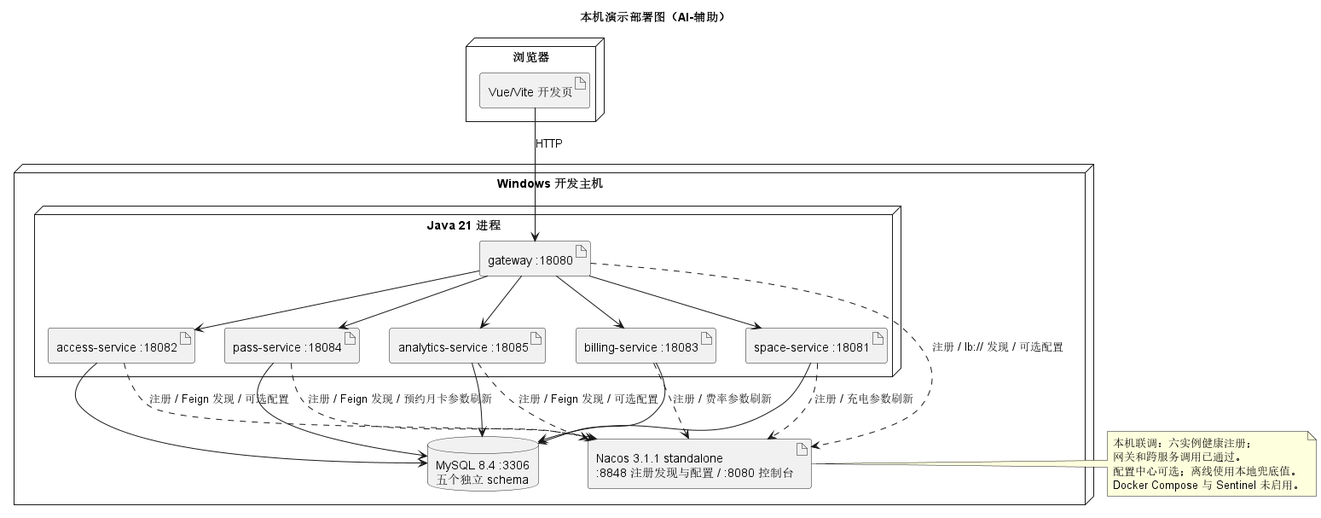
Gindama713/UMLWORK keeps this PlantUML diagram as models/rendered/13-deployment.png. Above is the earlier version. The source it was exported from:
```plantuml
@startuml
title 本机演示部署图（AI-辅助）
node "浏览器" {
  artifact "Vue/Vite 开发页" as ui
}
node "Windows 开发主机" {
  node "Java 21 进程" {
    artifact "gateway :18080" as gateway
    artifact "space-service :18081" as space
    artifact "access-service :18082" as access
    artifact "billing-service :18083" as billing
    artifact "pass-service :18084" as pass
    artifact "analytics-service :18085" as analytics
  }
  database "MySQL 8.4 :3306\n五个独立 schema" as mysql
  artifact "Nacos 3.1.1 standalone\n:8848 注册发现与配置 / :8080 控制台" as nacos
}
ui --> gateway : HTTP
gateway --> space
gateway --> access
gateway --> billing
gateway --> pass
gateway --> analytics
gateway ..> nacos : 注册 / lb:// 发现 / 可选配置
space ..> nacos : 注册 / 充电参数刷新
access ..> nacos : 注册 / Feign 发现 / 可选配置
billing ..> nacos : 注册 / 费率参数刷新
pass ..> nacos : 注册 / Feign 发现 / 预约月卡参数刷新
analytics ..> nacos : 注册 / Feign 发现 / 可选配置
space --> mysql
access --> mysql
billing --> mysql
pass --> mysql
analytics --> mysql
note right of nacos
本机联调：六实例健康注册；
网关和跨服务调用已通过。
配置中心可选；离线使用本地兜底值。
Docker Compose 与 Sentinel 未启用。
end note
@enduml
```
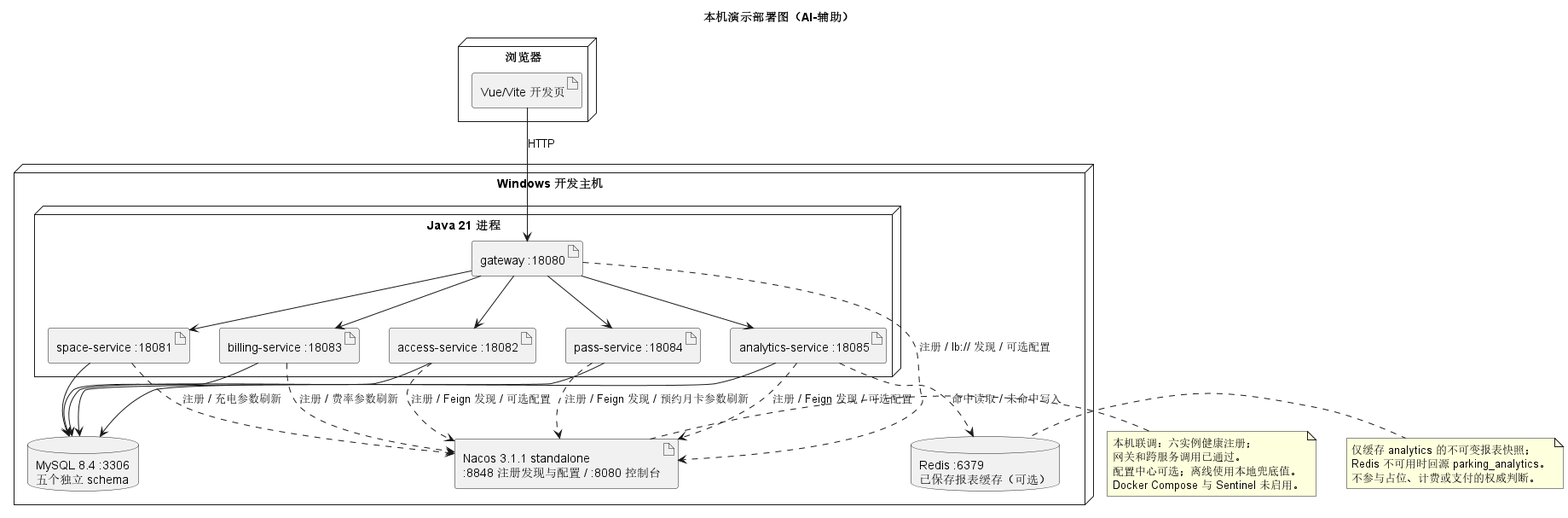
The same file after the commit.

The edit, as a diff of the source:
```diff
@@ -13,6 +13,7 @@
     artifact "analytics-service :18085" as analytics
   }
   database "MySQL 8.4 :3306\n五个独立 schema" as mysql
+  database "Redis :6379\n已保存报表缓存（可选）" as redis
   artifact "Nacos 3.1.1 standalone\n:8848 注册发现与配置 / :8080 控制台" as nacos
 }
 ui --> gateway : HTTP
@@ -32,6 +33,12 @@
 billing --> mysql
 pass --> mysql
 analytics --> mysql
+analytics ..> redis : 命中读取 / 未命中写入
+note right of redis
+仅缓存 analytics 的不可变报表快照；
+Redis 不可用时回源 parking_analytics。
+不参与占位、计费或支付的权威判断。
+end note
 note right of nacos
 本机联调：六实例健康注册；
 网关和跨服务调用已通过。
```
